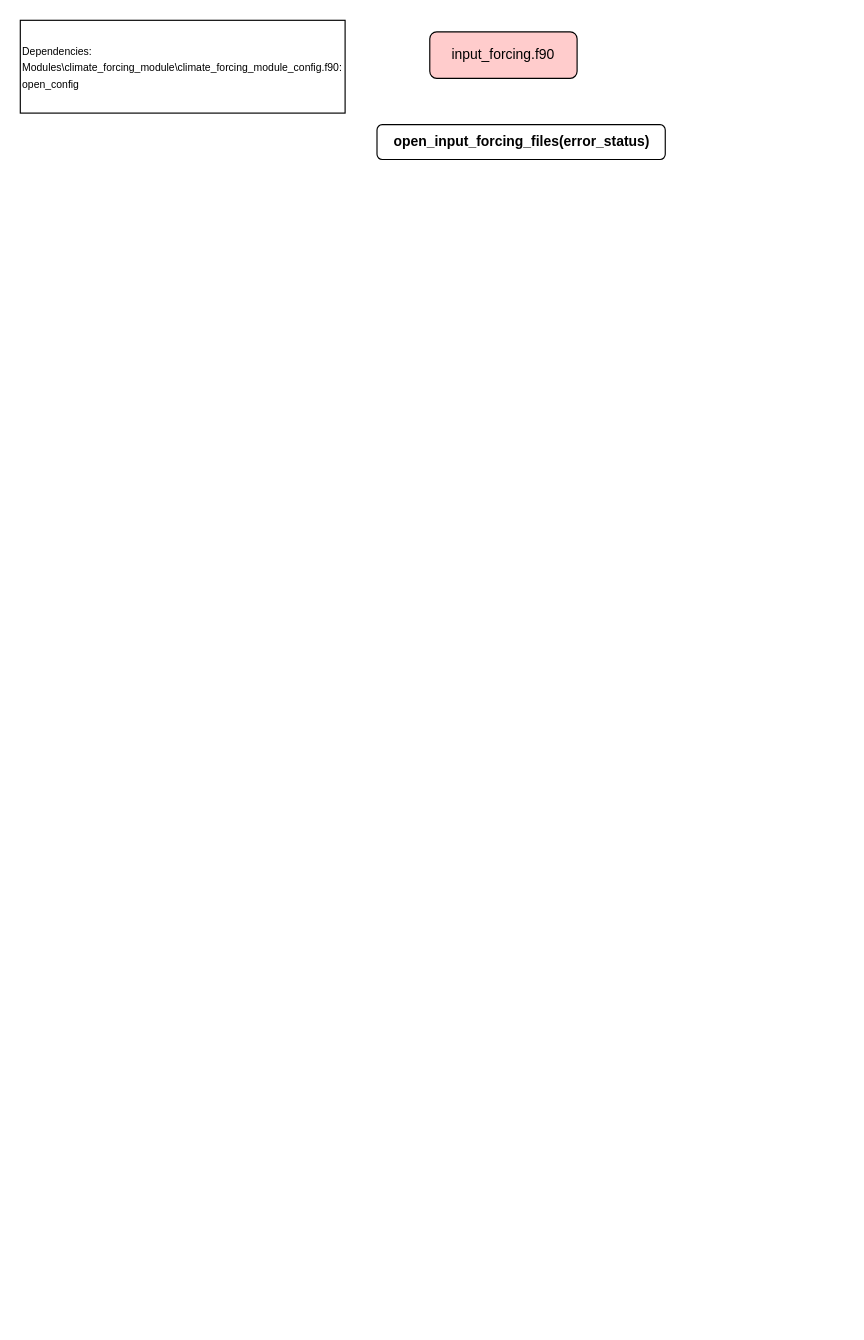
Before: input_forcing.drawio in MeshMapping/r1813_Mappings, a draw.io diagram. Source tidied: cells renumbered, new cells numbered last; positions are measured from the earlier drawing's top-left corner, leaving out a move shared by most shapes. Both pictures are drawn from the tidied source at 116%, with x=0, y=0 at pixel (20, 20).
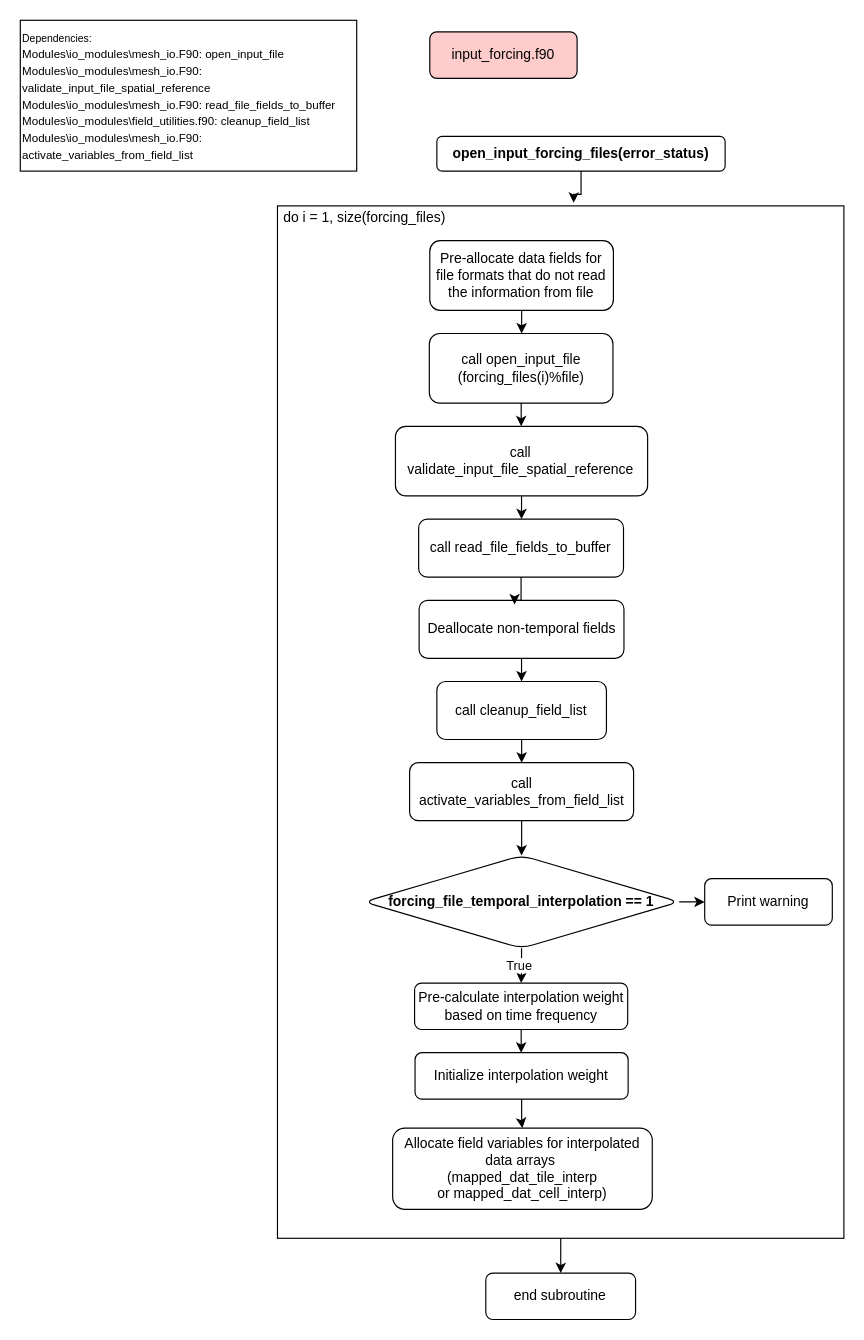
The same page after the edit.

What changed in the source:
```diff
@@
+    <mxCell id="5" style="edgeStyle=orthogonalEdgeStyle;rounded=0;jettySize=auto;html=1;entryX=0.5;entryY=0;entryDx=0;entryDy=0;" parent="1" edge="1" source="6" target="33">
+      <mxGeometry relative="1" as="geometry" />
+    </mxCell>
+    <mxCell id="6" style="rounded=0;whiteSpace=wrap;html=1;" parent="1" vertex="1">
+      <mxGeometry x="221.7" y="160" width="488.3" height="890" as="geometry" />
+    </mxCell>
@@
-    <mxCell id="3" value="&lt;div&gt;&lt;font style=&quot;font-size: 9px;&quot;&gt;Dependencies:&lt;/font&gt;&lt;/div&gt;&lt;div&gt;&lt;font style=&quot;font-size: 9px;&quot;&gt;Modules\climate_forcing_module\climate_forcing_module_config.f90: open_config&lt;/font&gt;&lt;br&gt;&lt;/div&gt;" style="rounded=0;whiteSpace=wrap;html=1;align=left;" parent="1" vertex="1">
-      <mxGeometry width="280" height="80" as="geometry" />
+    <mxCell id="3" value="&lt;div&gt;&lt;font style=&quot;font-size: 9px;&quot;&gt;Dependencies:&lt;/font&gt;&lt;/div&gt;&lt;div&gt;&lt;div&gt;&lt;font size=&quot;1&quot;&gt;Modules\io_modules\mesh_io.F90: open_input_file&lt;/font&gt;&lt;/div&gt;&lt;div&gt;&lt;font size=&quot;1&quot;&gt;Modules\io_modules\mesh_io.F90: validate_input_file_spatial_reference&lt;/font&gt;&lt;/div&gt;&lt;div&gt;&lt;font size=&quot;1&quot;&gt;Modules\io_modules\mesh_io.F90: read_file_fields_to_buffer&lt;/font&gt;&lt;/div&gt;&lt;div&gt;&lt;font size=&quot;1&quot;&gt;Modules\io_modules\field_utilities.f90: cleanup_field_list&lt;/font&gt;&lt;/div&gt;&lt;div&gt;&lt;font size=&quot;1&quot;&gt;Modules\io_modules\mesh_io.F90: activate_variables_from_field_list&lt;/font&gt;&lt;/div&gt;&lt;/div&gt;" style="rounded=0;whiteSpace=wrap;html=1;align=left;" parent="1" vertex="1">
+      <mxGeometry width="290" height="130" as="geometry" />
     </mxCell>
+    <mxCell id="7" style="edgeStyle=orthogonalEdgeStyle;rounded=0;jettySize=auto;html=1;entryX=0.523;entryY=-0.003;entryDx=0;entryDy=0;entryPerimeter=0;" parent="1" edge="1" source="4" target="6">
+      <mxGeometry relative="1" as="geometry" />
+    </mxCell>
     <mxCell id="4" value="open_input_forcing_files(error_status)" style="rounded=1;whiteSpace=wrap;html=1;fontStyle=1;" parent="1" vertex="1">
-      <mxGeometry x="307.5" y="90" width="248.5" height="30" as="geometry" />
+      <mxGeometry x="359.1" y="100" width="248.5" height="30" as="geometry" />
     </mxCell>
+    <mxCell id="8" style="edgeStyle=orthogonalEdgeStyle;rounded=0;jettySize=auto;html=1;" parent="1" edge="1" source="9" target="12">
+      <mxGeometry relative="1" as="geometry" />
+    </mxCell>
+    <mxCell id="9" value="&lt;span style=&quot;font-weight: normal;&quot;&gt;Pre-allocate data fields for file&amp;nbsp;formats that do not read the information from file&lt;/span&gt;" style="whiteSpace=wrap;html=1;rounded=1;fontStyle=1;" parent="1" vertex="1">
+      <mxGeometry x="353" y="190" width="158.3" height="60" as="geometry" />
+    </mxCell>
+    <mxCell id="10" value="do i = 1, size(forcing_files)" style="text;html=1;align=center;verticalAlign=middle;whiteSpace=wrap;rounded=0;" parent="1" vertex="1">
+      <mxGeometry x="221.7" y="160" width="150" height="20" as="geometry" />
+    </mxCell>
+    <mxCell id="11" style="edgeStyle=orthogonalEdgeStyle;rounded=0;jettySize=auto;html=1;entryX=0.5;entryY=0;entryDx=0;entryDy=0;" parent="1" edge="1" source="12" target="14">
+      <mxGeometry relative="1" as="geometry" />
+    </mxCell>
+    <mxCell id="12" value="&lt;span style=&quot;font-weight: 400;&quot;&gt;call open_input_file (forcing_files(i)%file)&lt;/span&gt;" style="whiteSpace=wrap;html=1;rounded=1;fontStyle=1;" parent="1" vertex="1">
+      <mxGeometry x="352.6" y="270" width="158.3" height="60" as="geometry" />
+    </mxCell>
+    <mxCell id="13" style="edgeStyle=orthogonalEdgeStyle;rounded=0;jettySize=auto;html=1;entryX=0.5;entryY=0;entryDx=0;entryDy=0;" parent="1" edge="1" source="14" target="15">
+      <mxGeometry relative="1" as="geometry" />
+    </mxCell>
+    <mxCell id="14" value="&lt;span style=&quot;font-weight: 400;&quot;&gt;call validate_input_file_spatial_reference&lt;/span&gt;" style="whiteSpace=wrap;html=1;rounded=1;fontStyle=1;" parent="1" vertex="1">
+      <mxGeometry x="323.4" y="350" width="217.4" height="60" as="geometry" />
+    </mxCell>
+    <mxCell id="15" value="&lt;span style=&quot;font-weight: 400;&quot;&gt;call read_file_fields_to_buffer&lt;/span&gt;" style="whiteSpace=wrap;html=1;rounded=1;fontStyle=1;" parent="1" vertex="1">
+      <mxGeometry x="343.4" y="430" width="176.6" height="50" as="geometry" />
+    </mxCell>
+    <mxCell id="16" style="edgeStyle=orthogonalEdgeStyle;rounded=0;jettySize=auto;html=1;" parent="1" edge="1" source="17" target="19">
+      <mxGeometry relative="1" as="geometry" />
+    </mxCell>
+    <mxCell id="17" value="&lt;span style=&quot;font-weight: 400;&quot;&gt;Deallocate non-temporal fields&lt;/span&gt;" style="whiteSpace=wrap;html=1;rounded=1;fontStyle=1;" parent="1" vertex="1">
+      <mxGeometry x="343.8" y="500" width="176.6" height="50" as="geometry" />
+    </mxCell>
+    <mxCell id="18" style="edgeStyle=orthogonalEdgeStyle;rounded=0;jettySize=auto;html=1;entryX=0.5;entryY=0;entryDx=0;entryDy=0;" parent="1" edge="1" source="19" target="21">
+      <mxGeometry relative="1" as="geometry" />
+    </mxCell>
+    <mxCell id="19" value="&lt;span style=&quot;font-weight: 400;&quot;&gt;call cleanup_field_list&lt;/span&gt;" style="whiteSpace=wrap;html=1;rounded=1;fontStyle=1;" parent="1" vertex="1">
+      <mxGeometry x="359.1" y="570" width="146.2" height="50" as="geometry" />
+    </mxCell>
+    <mxCell id="20" style="edgeStyle=orthogonalEdgeStyle;rounded=0;jettySize=auto;html=1;" parent="1" edge="1" source="21" target="25">
+      <mxGeometry relative="1" as="geometry" />
+    </mxCell>
+    <mxCell id="21" value="&lt;span style=&quot;font-weight: 400;&quot;&gt;call activate_variables_from_field_list&lt;/span&gt;" style="whiteSpace=wrap;html=1;rounded=1;fontStyle=1;" parent="1" vertex="1">
+      <mxGeometry x="335.6" y="640" width="193.1" height="50" as="geometry" />
+    </mxCell>
+    <mxCell id="22" style="edgeStyle=orthogonalEdgeStyle;rounded=0;jettySize=auto;html=1;" parent="1" edge="1" source="25" target="27">
+      <mxGeometry relative="1" as="geometry" />
+    </mxCell>
+    <mxCell id="23" value="True" style="edgeLabel;html=1;align=center;verticalAlign=middle;" parent="22" vertex="1">
+      <mxGeometry x="-0.08" y="-3" relative="1" as="geometry" />
+    </mxCell>
+    <mxCell id="24" style="edgeStyle=orthogonalEdgeStyle;rounded=0;jettySize=auto;html=1;" parent="1" edge="1" source="25" target="32">
+      <mxGeometry relative="1" as="geometry" />
+    </mxCell>
+    <mxCell id="25" value="forcing_file_temporal_interpolation == 1" style="rhombus;whiteSpace=wrap;html=1;rounded=1;fontStyle=1;" parent="1" vertex="1">
+      <mxGeometry x="296.2" y="720" width="271.8" height="80" as="geometry" />
+    </mxCell>
+    <mxCell id="26" style="edgeStyle=orthogonalEdgeStyle;rounded=0;jettySize=auto;html=1;entryX=0.5;entryY=0;entryDx=0;entryDy=0;" parent="1" edge="1" source="27" target="29">
+      <mxGeometry relative="1" as="geometry" />
+    </mxCell>
+    <mxCell id="27" value="&lt;span style=&quot;font-weight: normal;&quot;&gt;Pre-calculate interpolation weight based on time frequency&lt;/span&gt;" style="whiteSpace=wrap;html=1;rounded=1;fontStyle=1;" parent="1" vertex="1">
+      <mxGeometry x="339.9" y="830" width="183.7" height="40" as="geometry" />
+    </mxCell>
+    <mxCell id="28" style="edgeStyle=orthogonalEdgeStyle;rounded=0;jettySize=auto;html=1;" parent="1" edge="1" source="29" target="30">
+      <mxGeometry relative="1" as="geometry" />
+    </mxCell>
+    <mxCell id="29" value="&lt;span style=&quot;font-weight: normal;&quot;&gt;Initialize interpolation weight&lt;/span&gt;" style="whiteSpace=wrap;html=1;rounded=1;fontStyle=1;" parent="1" vertex="1">
+      <mxGeometry x="340.3" y="890" width="183.7" height="40" as="geometry" />
+    </mxCell>
+    <mxCell id="30" value="&lt;span style=&quot;font-weight: normal;&quot;&gt;Allocate field variables for&amp;nbsp;&lt;/span&gt;&lt;span style=&quot;font-weight: 400;&quot;&gt;interpolated data arrays&amp;nbsp;&lt;/span&gt;&lt;div&gt;&lt;span style=&quot;font-weight: 400;&quot;&gt;(&lt;/span&gt;&lt;span style=&quot;background-color: initial; font-weight: 400;&quot;&gt;mapped_dat_tile_interp or&amp;nbsp;&lt;/span&gt;&lt;span style=&quot;background-color: initial; font-weight: 400;&quot;&gt;mapped_dat_cell_interp)&lt;/span&gt;&lt;/div&gt;" style="whiteSpace=wrap;html=1;rounded=1;fontStyle=1;" parent="1" vertex="1">
+      <mxGeometry x="321" y="955" width="223.8" height="70" as="geometry" />
+    </mxCell>
+    <mxCell id="31" style="edgeStyle=orthogonalEdgeStyle;rounded=0;jettySize=auto;html=1;entryX=0.466;entryY=0.072;entryDx=0;entryDy=0;entryPerimeter=0;" parent="1" edge="1" source="15" target="17">
+      <mxGeometry relative="1" as="geometry" />
+    </mxCell>
+    <mxCell id="32" value="&lt;span style=&quot;font-weight: normal;&quot;&gt;Print warning&lt;/span&gt;" style="whiteSpace=wrap;html=1;rounded=1;fontStyle=1;" parent="1" vertex="1">
+      <mxGeometry x="590" y="740" width="110" height="40" as="geometry" />
+    </mxCell>
+    <mxCell id="33" value="end subroutine" style="rounded=1;whiteSpace=wrap;html=1;" parent="1" vertex="1">
+      <mxGeometry x="401.3" y="1080" width="129.1" height="40" as="geometry" />
+    </mxCell>
```
